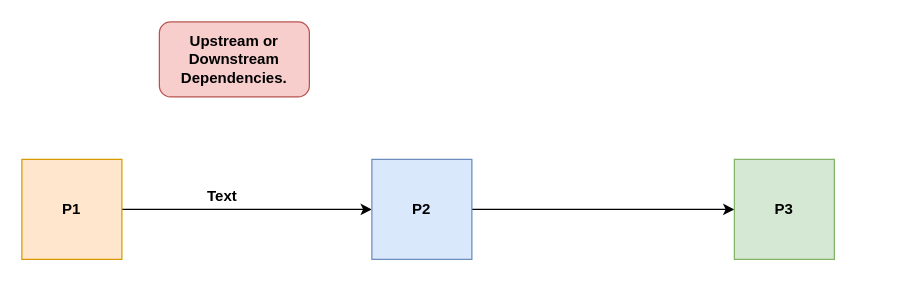
Above: Untitled Diagram.drawio in makhan7/Draw-workflows (draw.io), before the change. Source tidied: cells renumbered, new cells numbered last; positions are measured from the earlier drawing's top-left corner, leaving out a move shared by most shapes. Both pictures are drawn from the tidied source at 125%, with x=0, y=0 at pixel (21, 21).
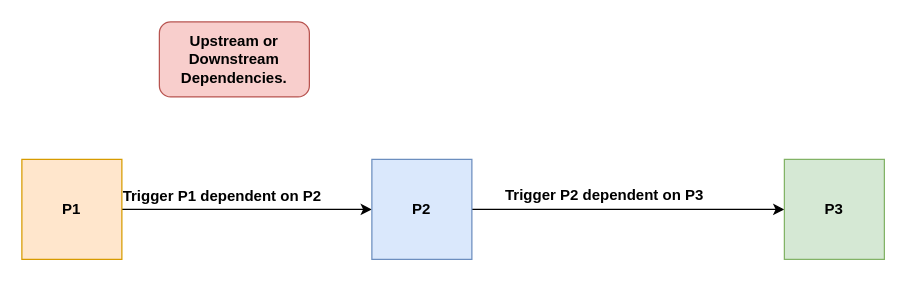
The same diagram, later.

The edit, as a diff of the source:
```diff
@@
 <mxGraphModel>
   <root>
     <mxCell id="0" />
     <mxCell id="1" parent="0" />
     <mxCell id="2" style="edgeStyle=orthogonalEdgeStyle;rounded=0;jettySize=auto;html=1;exitX=1;exitY=0.5;exitDx=0;exitDy=0;entryX=0;entryY=0.5;entryDx=0;entryDy=0;fontStyle=1;" parent="1" edge="1" source="3" target="5">
       <mxGeometry relative="1" as="geometry" />
     </mxCell>
     <mxCell id="3" value="P1" style="whiteSpace=wrap;html=1;fillColor=#ffe6cc;strokeColor=#d79b00;fontStyle=1;" parent="1" vertex="1">
       <mxGeometry y="110" width="80" height="80" as="geometry" />
     </mxCell>
     <mxCell id="4" style="edgeStyle=orthogonalEdgeStyle;rounded=0;jettySize=auto;html=1;exitX=1;exitY=0.5;exitDx=0;exitDy=0;entryX=0;entryY=0.5;entryDx=0;entryDy=0;fontStyle=1;" parent="1" edge="1" source="5" target="6">
       <mxGeometry relative="1" as="geometry" />
     </mxCell>
     <mxCell id="5" value="P2" style="whiteSpace=wrap;html=1;fillColor=#dae8fc;strokeColor=#6c8ebf;fontStyle=1;" parent="1" vertex="1">
       <mxGeometry x="280" y="110" width="80" height="80" as="geometry" />
     </mxCell>
     <mxCell id="6" value="P3" style="whiteSpace=wrap;html=1;fillColor=#d5e8d4;strokeColor=#82b366;fontStyle=1;" parent="1" vertex="1">
-      <mxGeometry x="570" y="110" width="80" height="80" as="geometry" />
+      <mxGeometry x="610" y="110" width="80" height="80" as="geometry" />
     </mxCell>
-    <mxCell id="7" value="Text" style="text;html=1;align=center;verticalAlign=middle;strokeColor=none;fontStyle=1;" parent="1" vertex="1">
-      <mxGeometry x="140" y="130" width="40" height="20" as="geometry" />
+    <mxCell id="7" value="Trigger P1 dependent on P2" style="text;html=1;align=center;verticalAlign=middle;strokeColor=none;fontStyle=1;" parent="1" vertex="1">
+      <mxGeometry x="75" y="130" width="170" height="20" as="geometry" />
     </mxCell>
     <mxCell id="8" value="Upstream or Downstream Dependencies." style="rounded=1;whiteSpace=wrap;html=1;fillColor=#f8cecc;strokeColor=#b85450;fontStyle=1;" parent="1" vertex="1">
       <mxGeometry x="110" width="120" height="60" as="geometry" />
     </mxCell>
+    <mxCell id="9" value="&lt;div&gt;&lt;b&gt;Trigger P2 dependent on P3&lt;/b&gt;&lt;/div&gt;&lt;div&gt;&lt;b&gt;&lt;br&gt;&lt;/b&gt;&lt;/div&gt;" style="text;whiteSpace=wrap;html=1;" parent="1" vertex="1">
+      <mxGeometry x="385" y="125" width="180" height="30" as="geometry" />
+    </mxCell>
   </root>
 </mxGraphModel>
```
